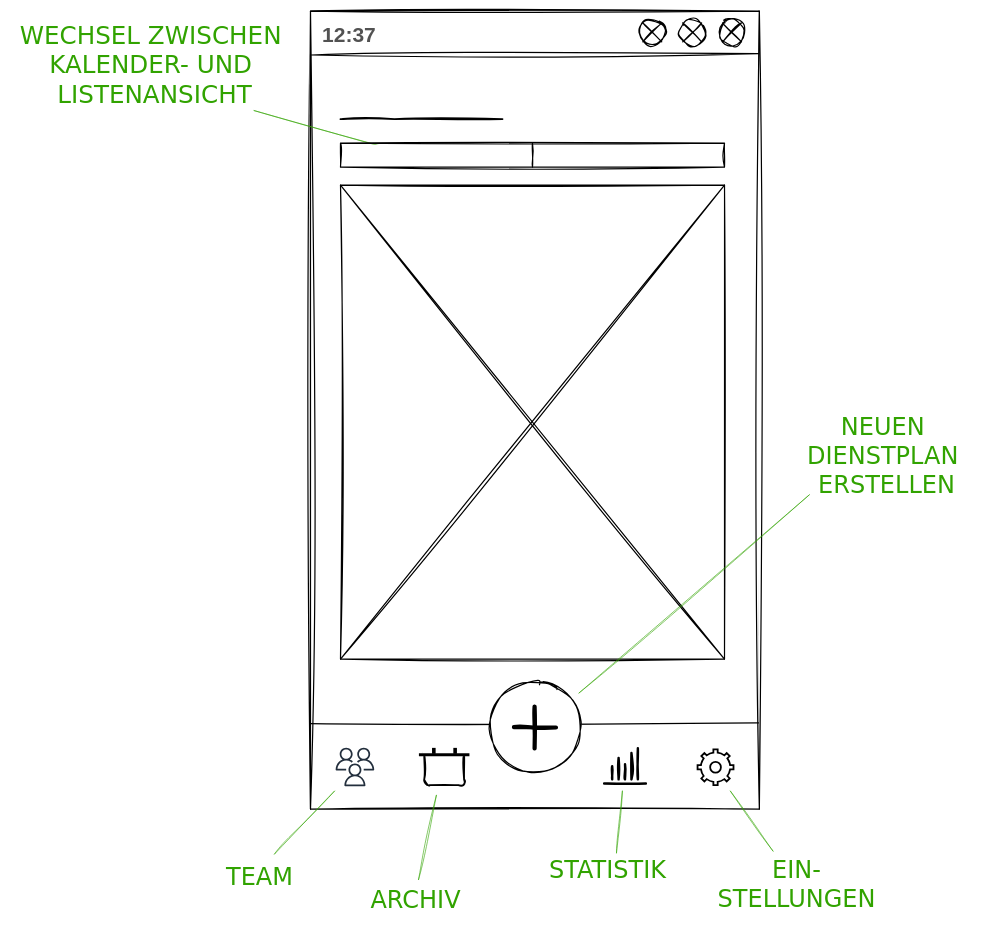
Earlier version of the draw.io diagram page "DienstplanErstellen1_beschriftet" (2 of 8) of 5_Pitch/Mockup_UserFlow_CreateWorkSchedule.drawio (annikalenneper/praxisprojekt_mi_bachelor_SoSe24). Source tidied: cells renumbered, new cells numbered last; positions are measured from the earlier drawing's top-left corner, leaving out a move shared by most shapes. Both pictures are drawn from the tidied source at 60%, with x=0, y=0 at pixel (10, 11).
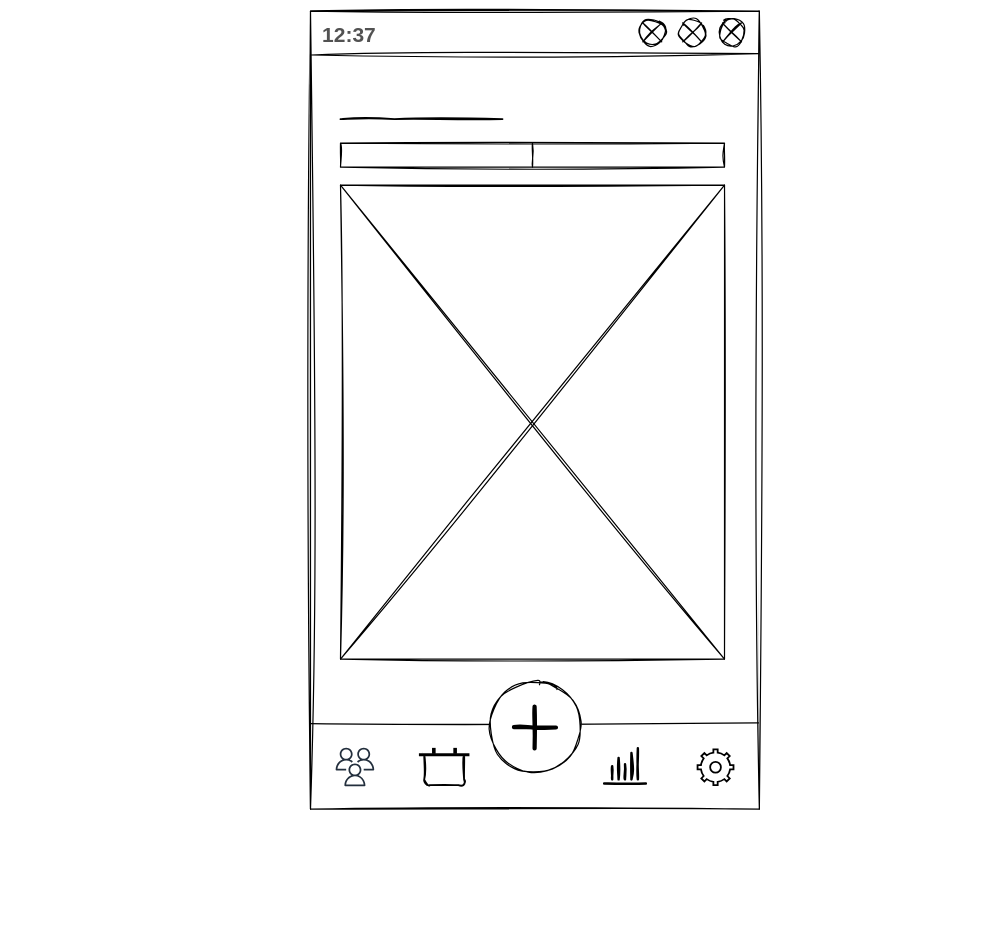
After the change.

What changed in the source:
```diff
@@
-    <mxCell id="33" value="&lt;font style=&quot;font-size: 40px;&quot;&gt;TEAM&lt;/font&gt;" style="text;html=1;align=center;verticalAlign=middle;points=[];strokeColor=none;fillColor=none;strokeWidth=1;fontStyle=0;fontFamily=Verdana;fontColor=#31a300;" parent="1" vertex="1">
-      <mxGeometry x="350" y="1412" width="130" height="60" as="geometry" />
-    </mxCell>
-    <mxCell id="34" value="&lt;font style=&quot;font-size: 40px;&quot;&gt;ARCHIV&lt;/font&gt;" style="text;html=1;align=center;verticalAlign=middle;points=[];strokeColor=none;fillColor=none;strokeWidth=1;fontStyle=0;fontFamily=Verdana;fontColor=#31a300;" parent="1" vertex="1">
-      <mxGeometry x="585" y="1450" width="180" height="60" as="geometry" />
-    </mxCell>
-    <mxCell id="35" value="&lt;font style=&quot;font-size: 40px;&quot;&gt;STATISTIK&lt;/font&gt;" style="text;html=1;align=center;verticalAlign=middle;strokeColor=none;fillColor=none;strokeWidth=1;fontStyle=0;fontFamily=Verdana;fontColor=#31a300;" parent="1" vertex="1">
-      <mxGeometry x="875" y="1400" width="240" height="60" as="geometry" />
-    </mxCell>
-    <mxCell id="36" value="&lt;font style=&quot;font-size: 40px;&quot;&gt;EIN-&lt;/font&gt;&lt;div&gt;&lt;font style=&quot;font-size: 40px;&quot;&gt;STELLUNGEN&lt;/font&gt;&lt;/div&gt;" style="text;html=1;align=center;verticalAlign=middle;points=[];strokeColor=none;fillColor=none;strokeWidth=1;fontStyle=0;fontFamily=Verdana;fontColor=#31a300;" parent="1" vertex="1">
-      <mxGeometry x="1165" y="1400" width="290" height="110" as="geometry" />
-    </mxCell>
-    <mxCell id="37" style="endArrow=none;html=1;rounded=0;exitX=0.692;exitY=-0.117;exitDx=0;exitDy=0;exitPerimeter=0;strokeWidth=1;strokeColor=#31a300;sketch=1;curveFitting=1;jiggle=2;endSize=5;" parent="1" edge="1" source="33">
-      <mxGeometry relative="1" as="geometry">
-        <mxPoint x="540" y="1300" as="targetPoint" />
-      </mxGeometry>
-    </mxCell>
-    <mxCell id="38" style="endArrow=none;html=1;rounded=0;strokeWidth=1;strokeColor=#31a300;exitX=0.528;exitY=-0.041;exitDx=0;exitDy=0;exitPerimeter=0;sketch=1;curveFitting=1;jiggle=2;" parent="1" edge="1" source="34">
-      <mxGeometry relative="1" as="geometry">
-        <mxPoint x="709.8" y="1307" as="targetPoint" />
-      </mxGeometry>
-    </mxCell>
-    <mxCell id="39" style="endArrow=none;html=1;rounded=0;strokeWidth=1;strokeColor=#31a300;sketch=1;curveFitting=1;jiggle=2;" parent="1" edge="1">
-      <mxGeometry relative="1" as="geometry">
-        <mxPoint x="1010" y="1403" as="sourcePoint" />
-        <mxPoint x="1019.8" y="1300" as="targetPoint" />
-      </mxGeometry>
-    </mxCell>
-    <mxCell id="40" style="endArrow=none;html=1;rounded=0;strokeWidth=1;strokeColor=#31a300;sketch=1;curveFitting=1;jiggle=2;" parent="1" edge="1" source="36">
-      <mxGeometry relative="1" as="geometry">
-        <mxPoint x="1199.8" y="1300" as="targetPoint" />
-      </mxGeometry>
-    </mxCell>
-    <mxCell id="41" value="&lt;font style=&quot;font-size: 40px;&quot;&gt;NEUEN&amp;nbsp;&lt;/font&gt;&lt;div&gt;&lt;font style=&quot;font-size: 40px;&quot;&gt;DIENSTPLAN&amp;nbsp;&lt;/font&gt;&lt;/div&gt;&lt;div&gt;&lt;font style=&quot;font-size: 40px;&quot;&gt;ERSTELLEN&lt;/font&gt;&lt;/div&gt;" style="text;html=1;align=center;verticalAlign=middle;strokeColor=none;fillColor=none;strokeWidth=1;fontStyle=0;fontFamily=Verdana;fontColor=#31a300;" parent="1" vertex="1">
-      <mxGeometry x="1310" y="660" width="300" height="160" as="geometry" />
-    </mxCell>
-    <mxCell id="42" style="endArrow=none;html=1;rounded=0;strokeWidth=1;strokeColor=#31a300;sketch=1;curveFitting=1;jiggle=2;entryX=0.008;entryY=0.939;entryDx=0;entryDy=0;entryPerimeter=0;exitX=1;exitY=0;exitDx=0;exitDy=0;" parent="1" edge="1">
-      <mxGeometry relative="1" as="geometry">
-        <mxPoint x="947.5" y="1136.5" as="sourcePoint" />
-        <mxPoint x="1331.4" y="806.2" as="targetPoint" />
-      </mxGeometry>
-    </mxCell>
-    <mxCell id="43" value="&lt;span style=&quot;font-size: 41px;&quot;&gt;WECHSEL Z&lt;/span&gt;&lt;span style=&quot;background-color: initial;&quot;&gt;WISCHEN&amp;nbsp;&lt;/span&gt;&lt;div&gt;&lt;div style=&quot;font-size: 41px;&quot;&gt;&lt;span style=&quot;font-size: 41px;&quot;&gt;KALENDER- UND&amp;nbsp;&lt;/span&gt;&lt;/div&gt;&lt;div style=&quot;font-size: 41px;&quot;&gt;&lt;span style=&quot;font-size: 41px;&quot;&gt;LISTENANSICHT&lt;/span&gt;&lt;/div&gt;&lt;/div&gt;" style="text;html=1;align=center;verticalAlign=middle;strokeColor=none;fillColor=none;strokeWidth=1;fontStyle=0;fontFamily=Verdana;fontColor=#31a300;fontSize=41;" parent="1" vertex="1">
-      <mxGeometry y="10" width="480" height="160" as="geometry" />
-    </mxCell>
-    <mxCell id="44" style="endArrow=none;html=1;rounded=0;strokeWidth=1;strokeColor=#31a300;sketch=1;curveFitting=1;jiggle=2;" parent="1" edge="1">
-      <mxGeometry relative="1" as="geometry">
-        <mxPoint x="682.6" y="244" as="sourcePoint" />
-        <mxPoint x="406" y="165.8" as="targetPoint" />
-      </mxGeometry>
-    </mxCell>
```
